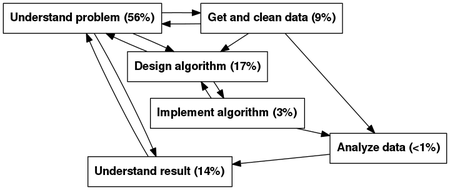
Before: _fig/work_process.png, a diagram exported from Graphviz (jarrodmillman/irr-case-study). Its source is kept beside it as _fig/work_process.dot.
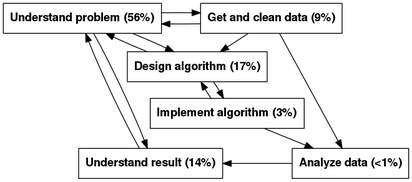
The same diagram one commit later.

Commit message:
Improve figure aesthetics

Diff of the diagram source:
```diff
@@ -14,7 +14,7 @@
         1 -> 3;
         6        [height=0.5,
                   label="Understand result (14%)",
-                  pos="1,-88"];
+                  pos="-10,-78"];
         1 -> 6;
         2 -> 1;
         2 -> 3;
@@ -28,7 +28,7 @@
         4 -> 3;
         5        [height=0.5,
                   label="Analyze data (<1%)",
-                  pos="275,-60"];
+                  pos="230,-78"];
         4 -> 5;
         5 -> 6;
 }
```
